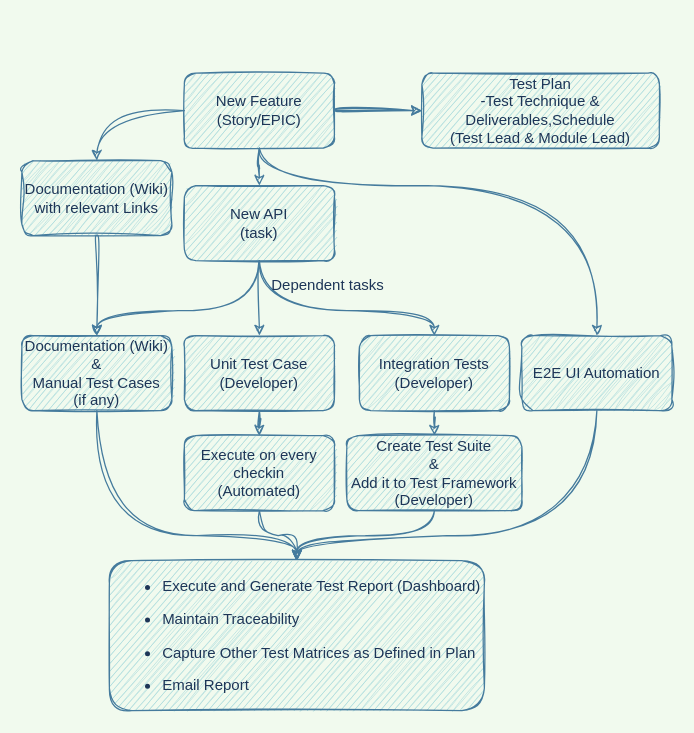
The draw.io diagram FeatureWorkflow.drawio in ashokmazumder/adobe, before the edit. Source tidied: cells renumbered, new cells numbered last; positions are measured from the earlier drawing's top-left corner, leaving out a move shared by most shapes. Both pictures are drawn from the tidied source at 125%, with x=0, y=0 at pixel (21, 72).
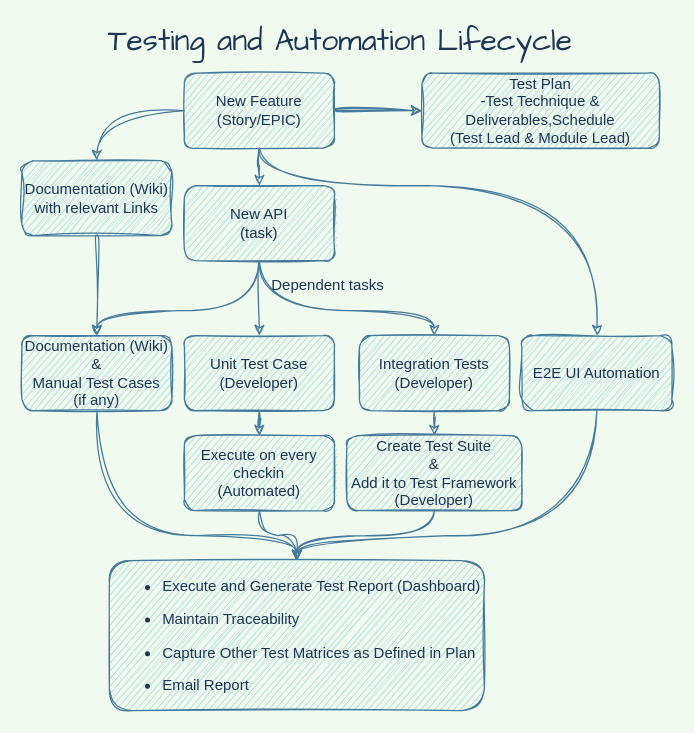
After the change.

What changed in the source:
```diff
@@
+    <mxCell id="29" value="&lt;font face=&quot;Architects Daughter&quot; style=&quot;font-size: 24px;&quot;&gt;Testing and Automation Lifecycle&lt;/font&gt;" style="text;html=1;strokeColor=none;fillColor=none;align=center;verticalAlign=middle;whiteSpace=wrap;rounded=0;sketch=1;hachureGap=4;jiggle=2;fontFamily=Helvetica;fontSize=12;fontColor=#1D3557;" parent="1" vertex="1">
+      <mxGeometry x="60" y="-30" width="390" height="10" as="geometry" />
+    </mxCell>
```
